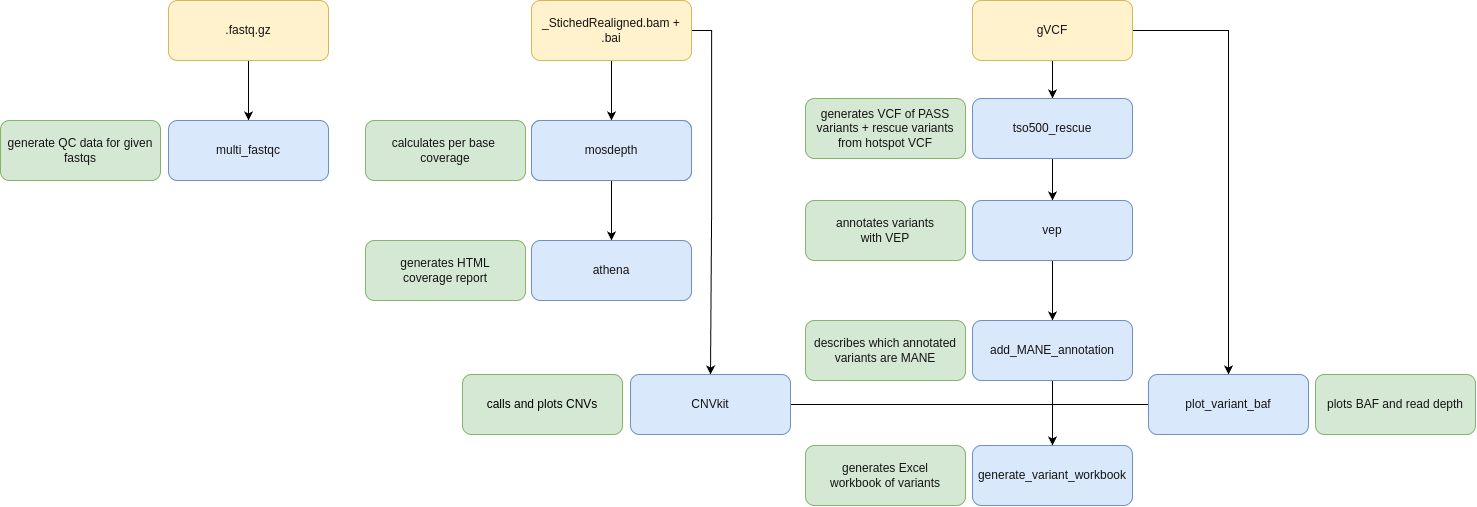
eastgenomics/eggd_TSO500_reports_workflow keeps this draw.io diagram as images/tso500_reports_workflow.png. Above is the earlier version. Source tidied: cells renumbered, new cells last; positions are measured from the earlier drawing's top-left corner, leaving out a move shared by most shapes.
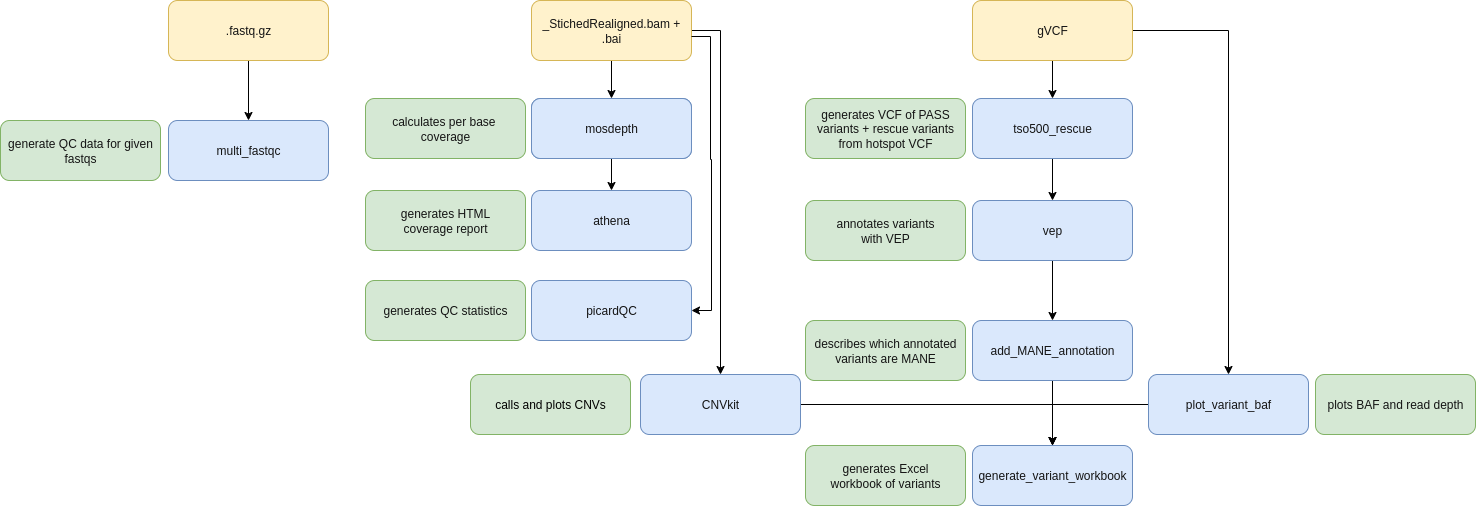
The same file after the commit.

The edit, as a diff of the source:
```diff
@@ -24,7 +24,7 @@
       <mxGeometry relative="1" as="geometry" />
     </mxCell>
     <mxCell id="9" value="&lt;font color=&quot;#141414&quot;&gt;mosdepth&lt;/font&gt;" style="rounded=1;whiteSpace=wrap;html=1;fillColor=#dae8fc;strokeColor=#6c8ebf;" parent="1" vertex="1">
-      <mxGeometry x="531" y="120" width="160" height="60" as="geometry" />
+      <mxGeometry x="531" y="98" width="160" height="60" as="geometry" />
     </mxCell>
     <mxCell id="10" style="edgeStyle=none;html=1;fontColor=#141414;" parent="1" edge="1" source="11" target="15">
       <mxGeometry relative="1" as="geometry" />
@@ -33,7 +33,7 @@
       <mxGeometry x="972" y="98" width="160" height="60" as="geometry" />
     </mxCell>
     <mxCell id="12" value="&lt;font color=&quot;#141414&quot;&gt;athena&lt;/font&gt;" style="rounded=1;whiteSpace=wrap;html=1;fillColor=#dae8fc;strokeColor=#6c8ebf;" parent="1" vertex="1">
-      <mxGeometry x="531" y="240" width="160" height="60" as="geometry" />
+      <mxGeometry x="531" y="190" width="160" height="60" as="geometry" />
     </mxCell>
     <mxCell id="13" style="edgeStyle=none;html=1;fontColor=#141414;" parent="1" edge="1" target="16">
       <mxGeometry relative="1" as="geometry">
@@ -59,10 +59,10 @@
       <mxGeometry x="805" y="445" width="160" height="60" as="geometry" />
     </mxCell>
     <mxCell id="20" value="&lt;font color=&quot;#141414&quot;&gt;calculates per base&amp;nbsp;&lt;br&gt;coverage&lt;br&gt;&lt;/font&gt;" style="rounded=1;whiteSpace=wrap;html=1;fillColor=#d5e8d4;strokeColor=#82b366;" parent="1" vertex="1">
-      <mxGeometry x="365" y="120" width="160" height="60" as="geometry" />
+      <mxGeometry x="365" y="98" width="160" height="60" as="geometry" />
     </mxCell>
     <mxCell id="21" value="&lt;font color=&quot;#141414&quot;&gt;generates HTML&lt;br&gt;coverage report&lt;br&gt;&lt;/font&gt;" style="rounded=1;whiteSpace=wrap;html=1;fillColor=#d5e8d4;strokeColor=#82b366;" parent="1" vertex="1">
-      <mxGeometry x="365" y="240" width="160" height="60" as="geometry" />
+      <mxGeometry x="365" y="190" width="160" height="60" as="geometry" />
     </mxCell>
     <mxCell id="22" style="edgeStyle=none;html=1;fontColor=#141414;" parent="1" edge="1" source="23" target="24">
       <mxGeometry relative="1" as="geometry" />
@@ -77,7 +77,7 @@
       <mxGeometry y="120" width="160" height="60" as="geometry" />
     </mxCell>
     <mxCell id="26" value="&lt;font color=&quot;#141414&quot;&gt;mosdepth&lt;/font&gt;" style="rounded=1;whiteSpace=wrap;html=1;fillColor=#dae8fc;strokeColor=#6c8ebf;" parent="1" vertex="1">
-      <mxGeometry x="531" y="120" width="160" height="60" as="geometry" />
+      <mxGeometry x="531" y="98" width="160" height="60" as="geometry" />
     </mxCell>
     <mxCell id="27" style="edgeStyle=orthogonalEdgeStyle;rounded=0;jettySize=auto;html=1;exitX=0;exitY=0.5;exitDx=0;exitDy=0;entryX=0.5;entryY=0;entryDx=0;entryDy=0;" parent="1" edge="1" source="28" target="16">
       <mxGeometry relative="1" as="geometry" />
@@ -98,10 +98,27 @@
       <mxGeometry relative="1" as="geometry" />
     </mxCell>
     <mxCell id="33" value="&lt;font color=&quot;#141414&quot;&gt;CNVkit&lt;/font&gt;" style="rounded=1;whiteSpace=wrap;html=1;fillColor=#dae8fc;strokeColor=#6c8ebf;" parent="1" vertex="1">
-      <mxGeometry x="630" y="374" width="160" height="60" as="geometry" />
+      <mxGeometry x="640" y="374" width="160" height="60" as="geometry" />
     </mxCell>
     <mxCell id="34" value="calls and plots CNVs" style="rounded=1;whiteSpace=wrap;html=1;fillColor=#d5e8d4;strokeColor=#82b366;" parent="1" vertex="1">
-      <mxGeometry x="462" y="374" width="160" height="60" as="geometry" />
+      <mxGeometry x="470" y="374" width="160" height="60" as="geometry" />
     </mxCell>
+    <mxCell id="35" value="&lt;font color=&quot;#141414&quot;&gt;generates QC statistics&lt;/font&gt;" style="rounded=1;whiteSpace=wrap;html=1;fillColor=#d5e8d4;strokeColor=#82b366;" parent="1" vertex="1">
+      <mxGeometry x="365" y="280" width="160" height="60" as="geometry" />
+    </mxCell>
+    <mxCell id="36" value="&lt;font color=&quot;#141414&quot;&gt;picardQC&lt;/font&gt;" style="rounded=1;whiteSpace=wrap;html=1;fillColor=#dae8fc;strokeColor=#6c8ebf;" parent="1" vertex="1">
+      <mxGeometry x="531" y="280" width="160" height="60" as="geometry" />
+    </mxCell>
+    <mxCell id="37" style="edgeStyle=orthogonalEdgeStyle;rounded=0;jettySize=auto;html=1;exitX=1;exitY=0.5;exitDx=0;exitDy=0;entryX=1;entryY=0.5;entryDx=0;entryDy=0;" parent="1" edge="1" target="36">
+      <mxGeometry relative="1" as="geometry">
+        <mxPoint x="691" y="36" as="sourcePoint" />
+        <Array as="points">
+          <mxPoint x="710" y="36" />
+          <mxPoint x="710" y="159" />
+          <mxPoint x="711" y="159" />
+          <mxPoint x="711" y="310" />
+        </Array>
+      </mxGeometry>
+    </mxCell>
   </root>
 </mxGraphModel>
```
